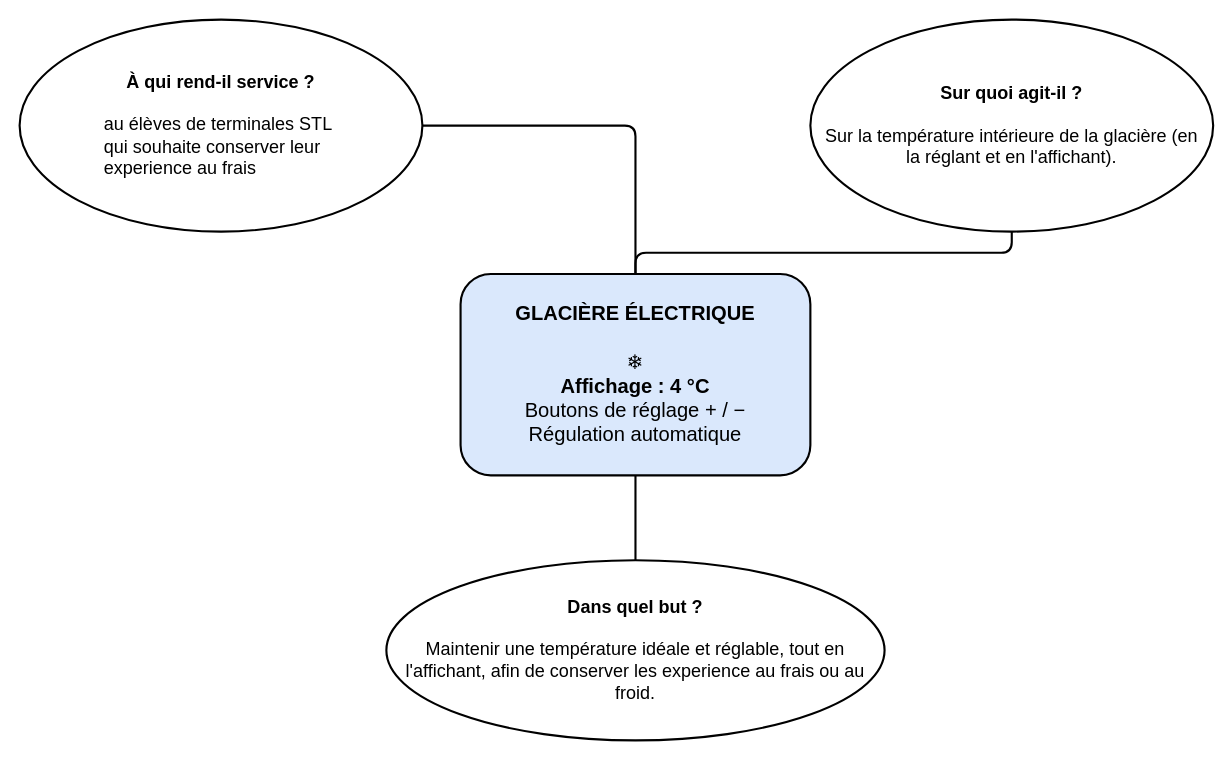
Above: Diagrammes/diagramme_betes_à_corne.drawio in jeangilbertgarbin-glitch/projet_glaciere2027 (draw.io), before the change. Source tidied: cells renumbered, new cells numbered last; positions are measured from the earlier drawing's top-left corner, leaving out a move shared by most shapes. Both pictures are drawn from the tidied source at 106%, with x=0, y=0 at pixel (19, 19).
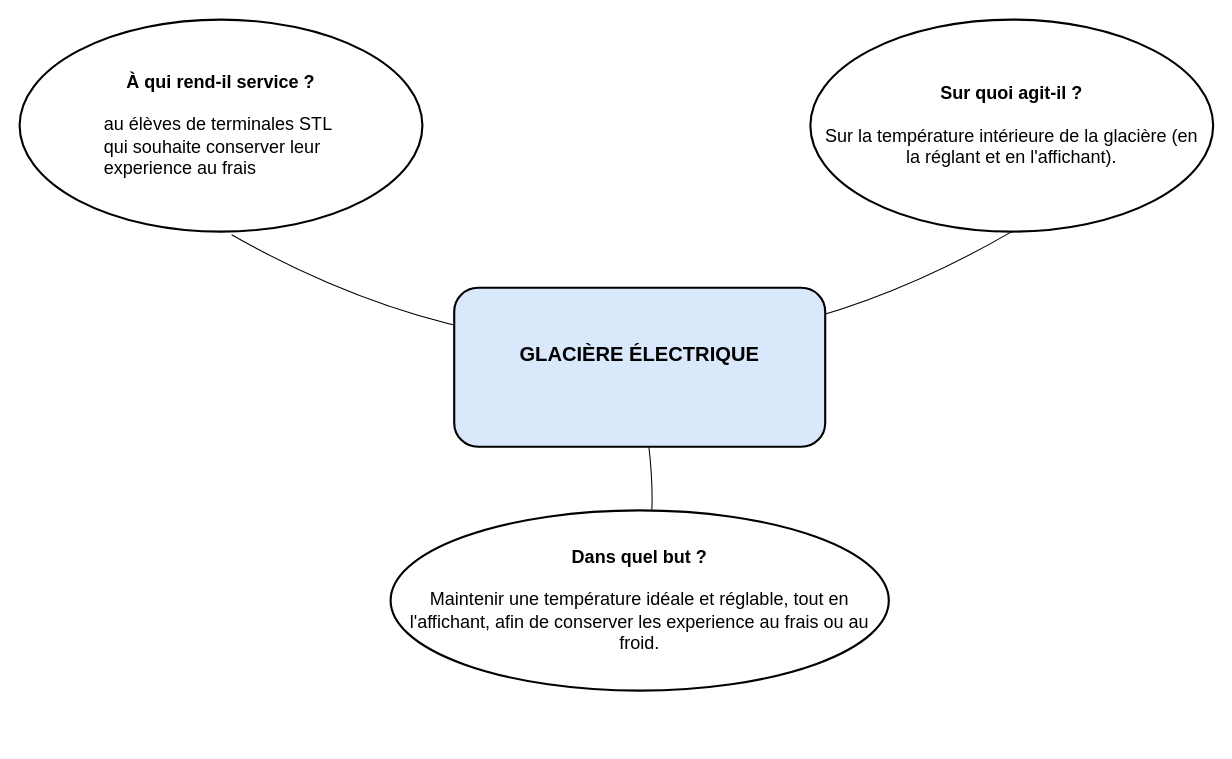
The same page after the edit.

Change to the diagram source:
```diff
@@
 <mxGraphModel>
   <root>
     <mxCell id="0" />
     <mxCell id="1" parent="0" />
-    <mxCell id="2" style="edgeStyle=orthogonalEdgeStyle;rounded=1;html=1;strokeWidth=2;endArrow=none;" parent="1" edge="1" source="5" target="7">
-      <mxGeometry relative="1" as="geometry" />
-    </mxCell>
-    <mxCell id="3" style="edgeStyle=orthogonalEdgeStyle;rounded=1;html=1;strokeWidth=2;endArrow=none;" parent="1" edge="1" source="6" target="7">
-      <mxGeometry relative="1" as="geometry" />
-    </mxCell>
-    <mxCell id="4" style="edgeStyle=orthogonalEdgeStyle;rounded=1;html=1;strokeWidth=2;endArrow=none;" parent="1" edge="1" source="7" target="8">
-      <mxGeometry relative="1" as="geometry" />
-    </mxCell>
+    <mxCell id="9" style="curved=1;curveGeometry=1;endArrow=none;html=1;rounded=0;defaultLabelBackgroundColor=page;labelPadding=0 4;endFill=0;" parent="1" edge="1" target="7">
+      <mxGeometry x="0.5" relative="1" as="geometry">
+        <mxPoint x="556" y="510" as="sourcePoint" />
+        <Array as="points">
+          <mxPoint x="530" y="586" />
+          <mxPoint x="606" y="510" />
+        </Array>
+      </mxGeometry>
+    </mxCell>
+    <mxCell id="10" style="curved=1;curveGeometry=1;endArrow=none;html=1;rounded=0;defaultLabelBackgroundColor=page;labelPadding=0 4;entryX=0.5;entryY=1;entryDx=0;entryDy=0;endFill=0;" parent="1" edge="1" target="6">
+      <mxGeometry x="0.19" relative="1" as="geometry">
+        <mxPoint x="200" y="203" as="sourcePoint" />
+        <Array as="points">
+          <mxPoint x="570" y="413" />
+        </Array>
+      </mxGeometry>
+    </mxCell>
     <mxCell id="5" value="&lt;b&gt;À qui rend-il service ?&lt;/b&gt;&lt;br&gt;&lt;br&gt;&lt;div style=&quot;text-align: left;&quot;&gt;&lt;span style=&quot;background-color: transparent; color: light-dark(#000000, var(--ge-light-color, #ffffff));&quot;&gt;au élèves de terminales STL&amp;nbsp;&lt;/span&gt;&lt;/div&gt;&lt;div style=&quot;text-align: left;&quot;&gt;qui souhaite conserver leur&amp;nbsp;&lt;/div&gt;&lt;div style=&quot;text-align: left;&quot;&gt;experience au frais&lt;/div&gt;" style="ellipse;whiteSpace=wrap;html=1;fillColor=#FFFFFF;strokeColor=#000000;strokeWidth=2;fontSize=17;align=center;verticalAlign=middle;spacing=12;" parent="1" vertex="1">
       <mxGeometry width="380" height="200" as="geometry" />
     </mxCell>
     <mxCell id="6" value="&lt;b&gt;Sur quoi agit-il ?&lt;/b&gt;&lt;br&gt;&lt;br&gt;Sur la température intérieure de la glacière (en la réglant et en l'affichant)." style="ellipse;whiteSpace=wrap;html=1;fillColor=#FFFFFF;strokeColor=#000000;strokeWidth=2;fontSize=17;align=center;verticalAlign=middle;spacing=12;" parent="1" vertex="1">
       <mxGeometry x="746" width="380" height="200" as="geometry" />
     </mxCell>
-    <mxCell id="7" value="&lt;b&gt;GLACIÈRE ÉLECTRIQUE&lt;/b&gt;&lt;br&gt;&lt;br&gt;❄&lt;br&gt;&lt;b&gt;Affichage : 4 °C&lt;/b&gt;&lt;br&gt;Boutons de réglage + / −&lt;br&gt;Régulation automatique" style="rounded=1;whiteSpace=wrap;html=1;fillColor=#DAE8FC;strokeColor=#000000;strokeWidth=2;fontSize=19;align=center;verticalAlign=middle;spacing=12;" parent="1" vertex="1">
-      <mxGeometry x="416" y="240" width="330" height="190" as="geometry" />
+    <mxCell id="7" value="&lt;b&gt;GLACIÈRE ÉLECTRIQUE&lt;/b&gt;&lt;br&gt;&lt;div&gt;&lt;br/&gt;&lt;/div&gt;" style="rounded=1;whiteSpace=wrap;html=1;fillColor=#DAE8FC;strokeColor=#000000;strokeWidth=2;fontSize=19;align=center;verticalAlign=middle;spacing=12;" parent="1" vertex="1">
+      <mxGeometry x="410" y="253" width="350" height="150" as="geometry" />
     </mxCell>
     <mxCell id="8" value="&lt;b&gt;Dans quel but ?&lt;/b&gt;&lt;br&gt;&lt;br&gt;Maintenir une température idéale et réglable, tout en l'affichant, afin de conserver les experience au frais ou au froid." style="ellipse;whiteSpace=wrap;html=1;fillColor=#FFFFFF;strokeColor=#000000;strokeWidth=2;fontSize=17;align=center;verticalAlign=middle;spacing=12;" parent="1" vertex="1">
-      <mxGeometry x="346" y="510" width="470" height="170" as="geometry" />
+      <mxGeometry x="350" y="463" width="470" height="170" as="geometry" />
     </mxCell>
   </root>
 </mxGraphModel>
```
